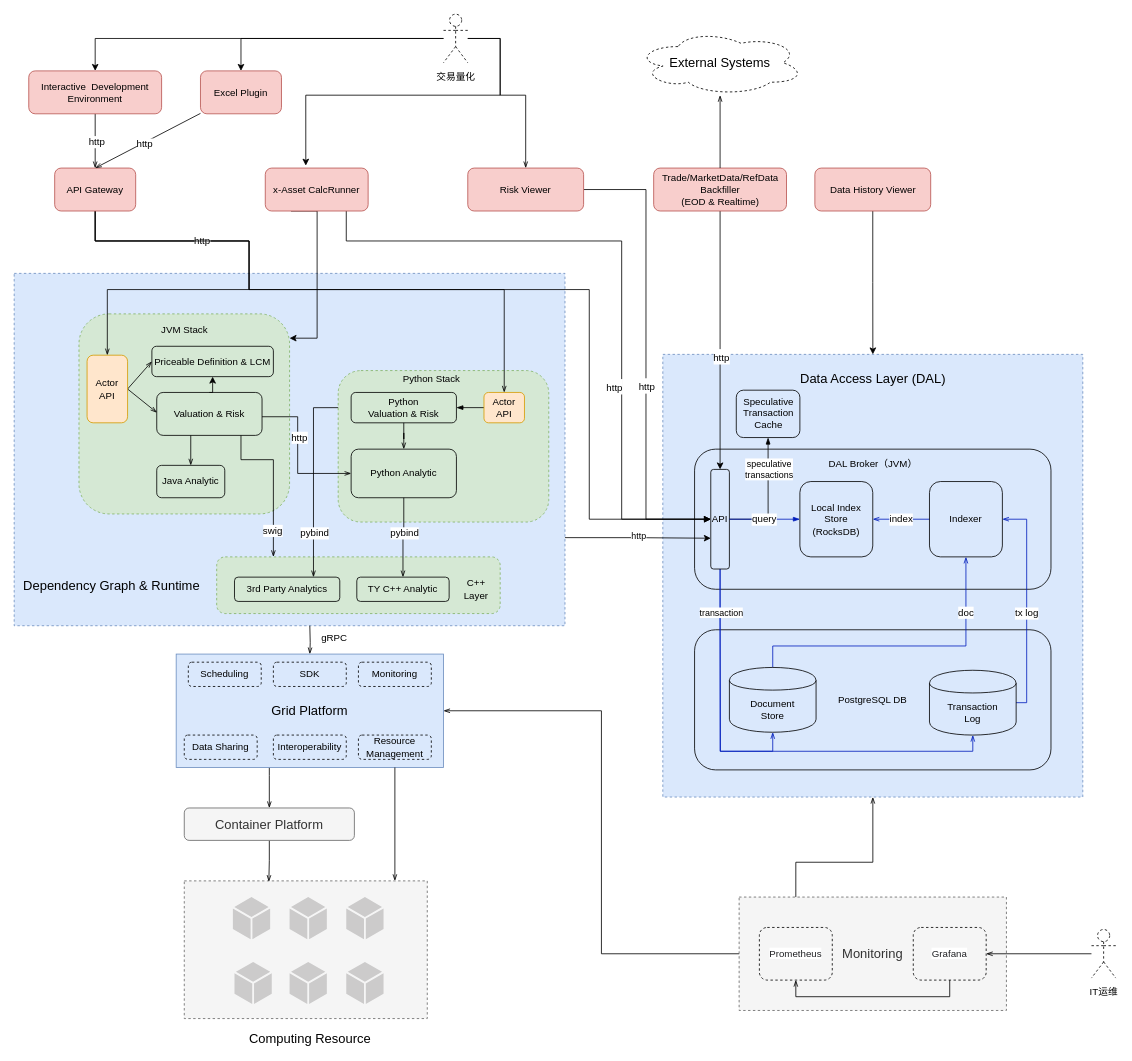
Before: page "architecture" (6 of 12) of quant-dev-platform.drawio in blshao84/VaRReportingSys, a draw.io diagram. Source tidied: cells renumbered, new cells numbered last; positions are measured from the earlier drawing's top-left corner, leaving out a move shared by most shapes. Both pictures are drawn from the tidied source at 81%, with x=0, y=0 at pixel (14, 14).
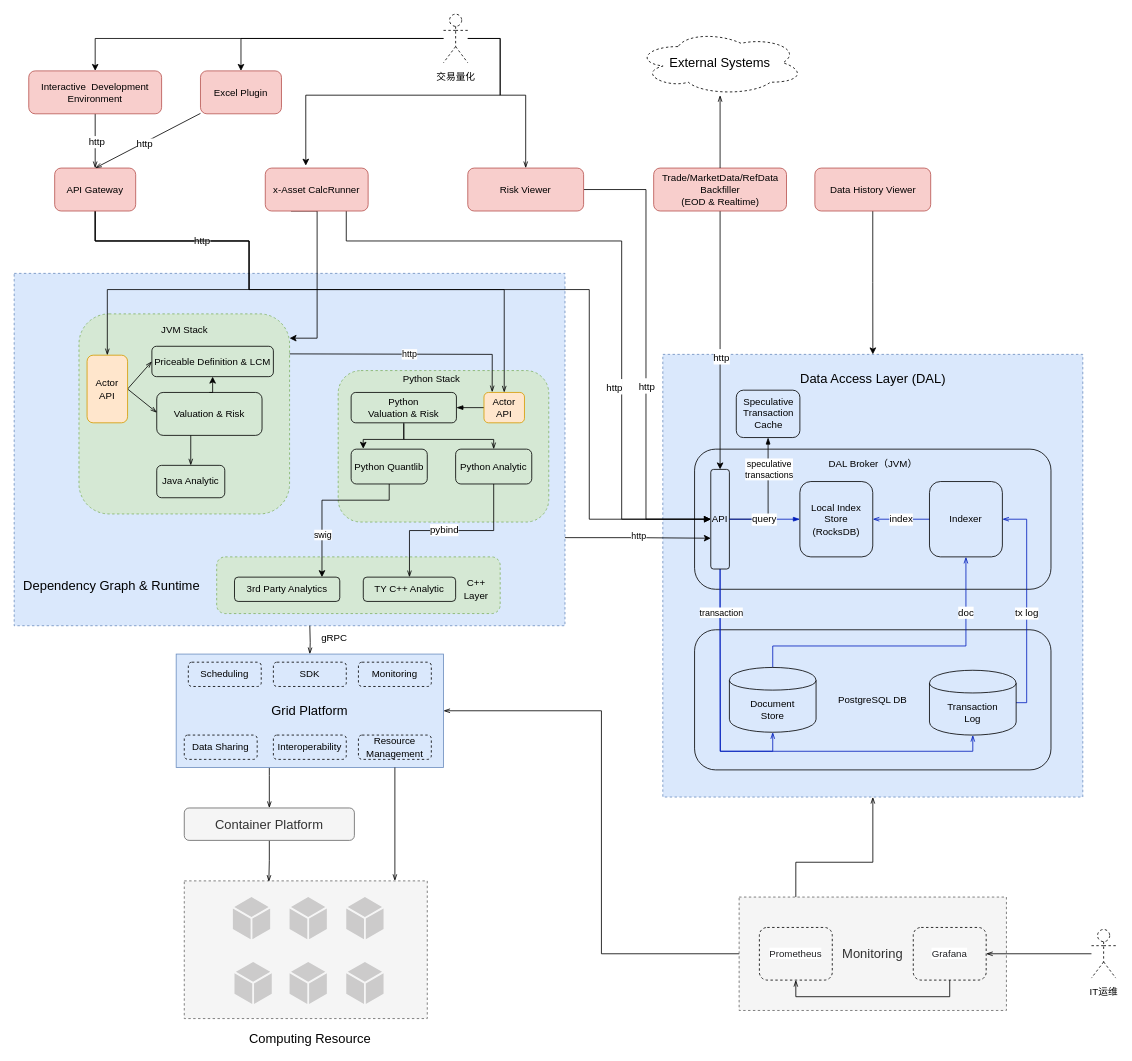
The same diagram, later.

Unchanged cells that the change refers to:
```xml
<mxCell id="32" value="3rd Party Analytics" style="rounded=1;whiteSpace=wrap;html=1;shadow=0;sketch=0;fontSize=12;strokeWidth=1;fillColor=none;gradientColor=#E6E6E6;" parent="1" vertex="1">
  <mxGeometry x="272" y="695" width="130" height="30" as="geometry" />
</mxCell>
<mxCell id="37" style="edgeStyle=orthogonalEdgeStyle;rounded=0;jettySize=auto;html=1;fontSize=12;startArrow=none;startFill=0;endArrow=openThin;endFill=0;" parent="1" edge="1" source="39" target="29">
  <mxGeometry relative="1" as="geometry" />
</mxCell>
<mxCell id="42" value="Python &lt;br&gt;Valuation &amp;amp; Risk" style="rounded=1;whiteSpace=wrap;html=1;shadow=0;sketch=0;fontSize=12;strokeWidth=1;fillColor=none;gradientColor=#E6E6E6;align=center;" parent="1" vertex="1">
  <mxGeometry x="416" y="467" width="130" height="37.5" as="geometry" />
</mxCell>
<mxCell id="43" style="rounded=1;whiteSpace=wrap;html=1;shadow=0;sketch=0;fontSize=16;strokeWidth=1;fillColor=#d5e8d4;dashed=1;strokeColor=#82b366;" parent="1" vertex="1">
  <mxGeometry x="80" y="370" width="260" height="247" as="geometry" />
</mxCell>
<mxCell id="51" value="Valuation &amp;amp; Risk" style="rounded=1;whiteSpace=wrap;html=1;shadow=0;sketch=0;fontSize=12;strokeWidth=1;fillColor=none;gradientColor=#E6E6E6;align=center;" parent="1" vertex="1">
  <mxGeometry x="176" y="467" width="130" height="53" as="geometry" />
</mxCell>
<mxCell id="57" value="Actor&lt;br&gt;API" style="rounded=1;whiteSpace=wrap;html=1;shadow=0;sketch=0;fontSize=12;strokeWidth=1;fillColor=#ffe6cc;align=center;strokeColor=#d79b00;" parent="1" vertex="1">
  <mxGeometry x="580" y="467" width="50" height="37.5" as="geometry" />
</mxCell>
```

Diff of the diagram source:
```diff
@@
     <mxCell id="29" value="TY C++ Analytic" style="rounded=1;whiteSpace=wrap;html=1;shadow=0;sketch=0;fontSize=12;strokeWidth=1;fillColor=none;gradientColor=#E6E6E6;" parent="1" vertex="1">
-      <mxGeometry x="423" y="695" width="114" height="30" as="geometry" />
+      <mxGeometry x="431" y="695" width="114" height="30" as="geometry" />
     </mxCell>
-    <mxCell id="30" style="edgeStyle=orthogonalEdgeStyle;rounded=0;jettySize=auto;html=1;exitX=0.75;exitY=0;exitDx=0;exitDy=0;entryX=0;entryY=0.5;entryDx=0;entryDy=0;fontSize=12;startArrow=openThin;startFill=0;endArrow=none;endFill=0;" parent="1" edge="1" source="32" target="42">
-      <mxGeometry relative="1" as="geometry" />
-    </mxCell>
-    <mxCell id="31" value="pybind" style="edgeLabel;html=1;align=center;verticalAlign=middle;fontSize=12;" parent="30" vertex="1">
-      <mxGeometry x="-0.54" y="1" relative="1" as="geometry">
-        <mxPoint x="2" y="4" as="offset" />
-      </mxGeometry>
-    </mxCell>
@@
     <mxCell id="38" value="pybind" style="edgeLabel;html=1;align=center;verticalAlign=middle;fontSize=12;" parent="37" vertex="1">
       <mxGeometry x="0.01" y="1" relative="1" as="geometry">
-        <mxPoint y="-6" as="offset" />
+        <mxPoint x="-8" y="-2" as="offset" />
       </mxGeometry>
     </mxCell>
     <mxCell id="39" value="Python Analytic" style="rounded=1;whiteSpace=wrap;html=1;shadow=0;sketch=0;fontSize=12;strokeWidth=1;fillColor=none;gradientColor=#E6E6E6;" parent="1" vertex="1">
-      <mxGeometry x="416" y="537" width="130" height="60" as="geometry" />
+      <mxGeometry x="545" y="537" width="94" height="43" as="geometry" />
     </mxCell>
     <mxCell id="40" style="edgeStyle=orthogonalEdgeStyle;rounded=0;jettySize=auto;html=1;fontSize=12;startArrow=none;startFill=0;endArrow=openThin;endFill=0;" parent="1" edge="1" source="42" target="39">
-      <mxGeometry relative="1" as="geometry" />
+      <mxGeometry relative="1" as="geometry">
+        <Array as="points">
+          <mxPoint x="481" y="525" />
+          <mxPoint x="592" y="525" />
+        </Array>
+      </mxGeometry>
     </mxCell>
@@
+    <mxCell id="114" style="edgeStyle=orthogonalEdgeStyle;rounded=0;jettySize=auto;html=1;entryX=0.159;entryY=-0.012;entryDx=0;entryDy=0;entryPerimeter=0;" parent="1" edge="1" target="116">
+      <mxGeometry relative="1" as="geometry">
+        <mxPoint x="481" y="505.5" as="sourcePoint" />
+        <Array as="points">
+          <mxPoint x="481" y="525" />
+          <mxPoint x="431" y="525" />
+        </Array>
+      </mxGeometry>
+    </mxCell>
@@
+    <mxCell id="49" value="http" style="edgeStyle=orthogonalEdgeStyle;rounded=0;jettySize=auto;html=1;exitX=0.995;exitY=0.2;exitDx=0;exitDy=0;entryX=0.203;entryY=-0.009;entryDx=0;entryDy=0;entryPerimeter=0;endArrow=openThin;endFill=0;exitPerimeter=0;" parent="1" edge="1" source="43" target="57">
+      <mxGeometry relative="1" as="geometry">
+        <Array as="points">
+          <mxPoint x="340" y="419" />
+          <mxPoint x="590" y="420" />
+        </Array>
+      </mxGeometry>
+    </mxCell>
@@
-    <mxCell id="45" style="edgeStyle=orthogonalEdgeStyle;rounded=0;jettySize=auto;html=1;fontSize=12;startArrow=none;startFill=0;endArrow=openThin;endFill=0;" parent="1" edge="1" source="51">
-      <mxGeometry relative="1" as="geometry">
-        <mxPoint x="320" y="670" as="targetPoint" />
-        <Array as="points">
-          <mxPoint x="280" y="550" />
-          <mxPoint x="320" y="550" />
-        </Array>
-      </mxGeometry>
-    </mxCell>
-    <mxCell id="46" value="swig" style="edgeLabel;html=1;align=center;verticalAlign=middle;fontSize=12;" parent="45" vertex="1">
-      <mxGeometry x="-0.02" relative="1" as="geometry">
-        <mxPoint x="-2" y="64" as="offset" />
-      </mxGeometry>
-    </mxCell>
@@
-    <mxCell id="48" style="edgeStyle=orthogonalEdgeStyle;rounded=0;jettySize=auto;html=1;entryX=0;entryY=0.5;entryDx=0;entryDy=0;fontSize=12;startArrow=none;startFill=0;endArrow=openThin;endFill=0;" parent="1" edge="1" source="51" target="39">
-      <mxGeometry relative="1" as="geometry">
-        <Array as="points">
-          <mxPoint x="350" y="497" />
-          <mxPoint x="350" y="567" />
-        </Array>
-      </mxGeometry>
-    </mxCell>
-    <mxCell id="49" value="http" style="edgeLabel;html=1;align=center;verticalAlign=middle;fontSize=12;" parent="48" vertex="1">
-      <mxGeometry x="-0.23" y="1" relative="1" as="geometry" />
-    </mxCell>
@@
+    <mxCell id="115" style="edgeStyle=orthogonalEdgeStyle;rounded=0;jettySize=auto;html=1;" parent="1" edge="1" source="116" target="32">
+      <mxGeometry relative="1" as="geometry">
+        <Array as="points">
+          <mxPoint x="463" y="600" />
+          <mxPoint x="380" y="600" />
+        </Array>
+      </mxGeometry>
+    </mxCell>
+    <mxCell id="46" value="swig" style="edgeLabel;html=1;align=center;verticalAlign=middle;" parent="115" vertex="1">
+      <mxGeometry x="0.46" relative="1" as="geometry" />
+    </mxCell>
+    <mxCell id="116" value="Python Quantlib" style="rounded=1;whiteSpace=wrap;html=1;shadow=0;sketch=0;fontSize=12;strokeWidth=1;fillColor=none;gradientColor=#E6E6E6;" parent="1" vertex="1">
+      <mxGeometry x="416" y="537" width="94" height="43" as="geometry" />
+    </mxCell>
```
